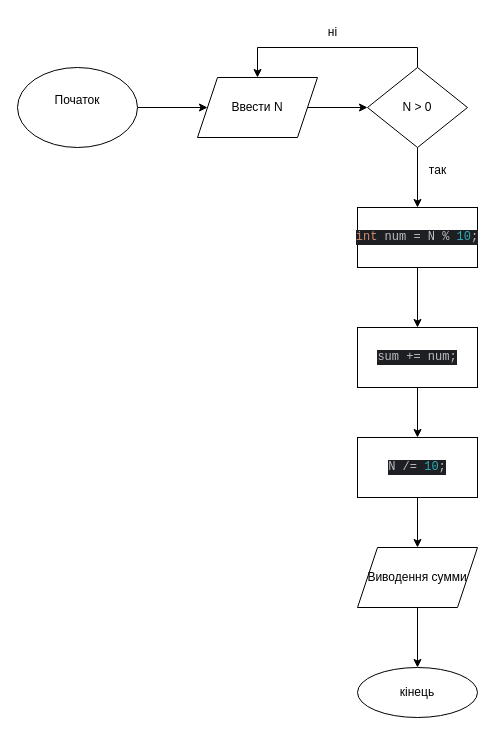
Earlier version of the draw.io diagram lab6_diagram.drawio (pkovdrysh/Kovdr). Source tidied: cells renumbered, new cells numbered last; positions are measured from the earlier drawing's top-left corner, leaving out a move shared by most shapes. Both pictures are drawn from the tidied source at 100%, with x=0, y=0 at pixel (17, 17).
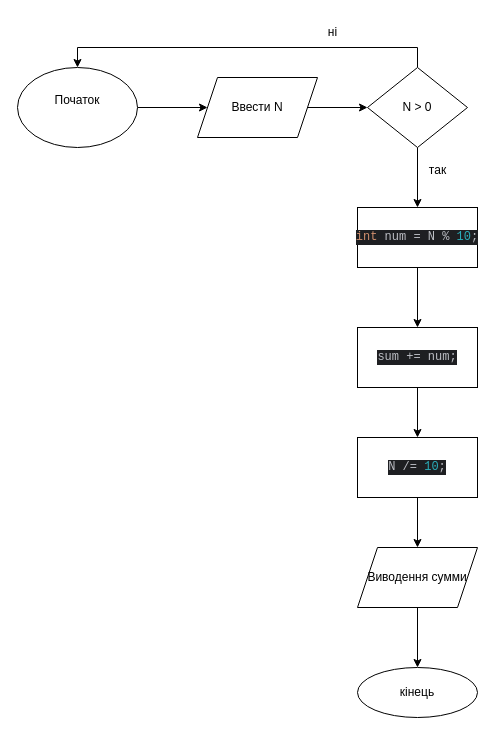
After the change.

The edit, as a diff of the source:
```diff
@@
 <mxGraphModel>
   <root>
     <mxCell id="0" />
     <mxCell id="1" parent="0" />
     <mxCell id="2" style="edgeStyle=orthogonalEdgeStyle;rounded=0;jettySize=auto;html=1;exitX=1;exitY=0.5;exitDx=0;exitDy=0;entryX=0;entryY=0.5;entryDx=0;entryDy=0;" parent="1" edge="1" source="3" target="5">
       <mxGeometry relative="1" as="geometry" />
     </mxCell>
     <mxCell id="3" value="Початок&lt;div&gt;&lt;br&gt;&lt;/div&gt;" style="ellipse;whiteSpace=wrap;html=1;" parent="1" vertex="1">
       <mxGeometry y="50" width="120" height="80" as="geometry" />
     </mxCell>
     <mxCell id="4" style="edgeStyle=orthogonalEdgeStyle;rounded=0;jettySize=auto;html=1;exitX=1;exitY=0.5;exitDx=0;exitDy=0;entryX=0;entryY=0.5;entryDx=0;entryDy=0;" parent="1" edge="1" source="5" target="8">
       <mxGeometry relative="1" as="geometry" />
     </mxCell>
     <mxCell id="5" value="Ввести N" style="shape=parallelogram;perimeter=parallelogramPerimeter;whiteSpace=wrap;html=1;fixedSize=1;" parent="1" vertex="1">
       <mxGeometry x="180" y="60" width="120" height="60" as="geometry" />
     </mxCell>
-    <mxCell id="6" style="edgeStyle=orthogonalEdgeStyle;rounded=0;jettySize=auto;html=1;exitX=0.5;exitY=0;exitDx=0;exitDy=0;entryX=0.5;entryY=0;entryDx=0;entryDy=0;" parent="1" edge="1" source="8" target="5">
-      <mxGeometry relative="1" as="geometry" />
-    </mxCell>
     <mxCell id="7" style="edgeStyle=orthogonalEdgeStyle;rounded=0;jettySize=auto;html=1;exitX=0.5;exitY=1;exitDx=0;exitDy=0;entryX=0.5;entryY=0;entryDx=0;entryDy=0;" parent="1" edge="1" source="8" target="11">
       <mxGeometry relative="1" as="geometry" />
     </mxCell>
+    <mxCell id="20" style="edgeStyle=orthogonalEdgeStyle;rounded=0;jettySize=auto;html=1;exitX=0.5;exitY=0;exitDx=0;exitDy=0;entryX=0.5;entryY=0;entryDx=0;entryDy=0;" parent="1" edge="1" source="8" target="3">
+      <mxGeometry relative="1" as="geometry" />
+    </mxCell>
     <mxCell id="8" value="N &amp;gt; 0" style="rhombus;whiteSpace=wrap;html=1;" parent="1" vertex="1">
       <mxGeometry x="350" y="50" width="100" height="80" as="geometry" />
     </mxCell>
     <mxCell id="9" value="ні" style="text;html=1;align=center;verticalAlign=middle;strokeColor=none;fillColor=none;" parent="1" vertex="1">
       <mxGeometry x="300" width="30" height="30" as="geometry" />
     </mxCell>
     <mxCell id="10" style="edgeStyle=orthogonalEdgeStyle;rounded=0;jettySize=auto;html=1;exitX=0.5;exitY=1;exitDx=0;exitDy=0;entryX=0.5;entryY=0;entryDx=0;entryDy=0;" parent="1" edge="1" source="11" target="13">
       <mxGeometry relative="1" as="geometry" />
     </mxCell>
     <mxCell id="11" value="&lt;div style=&quot;background-color:#1e1f22;color:#bcbec4&quot;&gt;&lt;pre style=&quot;font-family:'JetBrains Mono',monospace;font-size:9,8pt;&quot;&gt;&lt;span style=&quot;color:#cf8e6d;&quot;&gt;int &lt;/span&gt;num = N % &lt;span style=&quot;color:#2aacb8;&quot;&gt;10&lt;/span&gt;;&lt;/pre&gt;&lt;/div&gt;" style="rounded=0;whiteSpace=wrap;html=1;" parent="1" vertex="1">
       <mxGeometry x="340" y="190" width="120" height="60" as="geometry" />
     </mxCell>
     <mxCell id="12" style="edgeStyle=orthogonalEdgeStyle;rounded=0;jettySize=auto;html=1;exitX=0.5;exitY=1;exitDx=0;exitDy=0;entryX=0.5;entryY=0;entryDx=0;entryDy=0;" parent="1" edge="1" source="13" target="15">
       <mxGeometry relative="1" as="geometry" />
     </mxCell>
     <mxCell id="13" value="&lt;div style=&quot;background-color:#1e1f22;color:#bcbec4&quot;&gt;&lt;pre style=&quot;font-family:'JetBrains Mono',monospace;font-size:9,8pt;&quot;&gt;sum += num;&lt;/pre&gt;&lt;/div&gt;" style="rounded=0;whiteSpace=wrap;html=1;" parent="1" vertex="1">
       <mxGeometry x="340" y="310" width="120" height="60" as="geometry" />
     </mxCell>
     <mxCell id="14" style="edgeStyle=orthogonalEdgeStyle;rounded=0;jettySize=auto;html=1;exitX=0.5;exitY=1;exitDx=0;exitDy=0;entryX=0.5;entryY=0;entryDx=0;entryDy=0;" parent="1" edge="1" source="15" target="17">
       <mxGeometry relative="1" as="geometry" />
     </mxCell>
     <mxCell id="15" value="&lt;div style=&quot;background-color:#1e1f22;color:#bcbec4&quot;&gt;&lt;pre style=&quot;font-family:'JetBrains Mono',monospace;font-size:9,8pt;&quot;&gt;N /= &lt;span style=&quot;color:#2aacb8;&quot;&gt;10&lt;/span&gt;;&lt;/pre&gt;&lt;/div&gt;" style="rounded=0;whiteSpace=wrap;html=1;" parent="1" vertex="1">
       <mxGeometry x="340" y="420" width="120" height="60" as="geometry" />
     </mxCell>
     <mxCell id="16" style="edgeStyle=orthogonalEdgeStyle;rounded=0;jettySize=auto;html=1;exitX=0.5;exitY=1;exitDx=0;exitDy=0;entryX=0.5;entryY=0;entryDx=0;entryDy=0;" parent="1" edge="1" source="17" target="18">
       <mxGeometry relative="1" as="geometry" />
     </mxCell>
     <mxCell id="17" value="Виводення сумми" style="shape=parallelogram;perimeter=parallelogramPerimeter;whiteSpace=wrap;html=1;fixedSize=1;" parent="1" vertex="1">
       <mxGeometry x="340" y="530" width="120" height="60" as="geometry" />
     </mxCell>
     <mxCell id="18" value="кінець" style="ellipse;whiteSpace=wrap;html=1;" parent="1" vertex="1">
       <mxGeometry x="340" y="650" width="120" height="50" as="geometry" />
     </mxCell>
     <mxCell id="19" value="так&lt;div&gt;&lt;br&gt;&lt;/div&gt;" style="text;html=1;align=center;verticalAlign=middle;strokeColor=none;fillColor=none;" parent="1" vertex="1">
       <mxGeometry x="400" y="140" width="40" height="40" as="geometry" />
     </mxCell>
   </root>
 </mxGraphModel>
```
